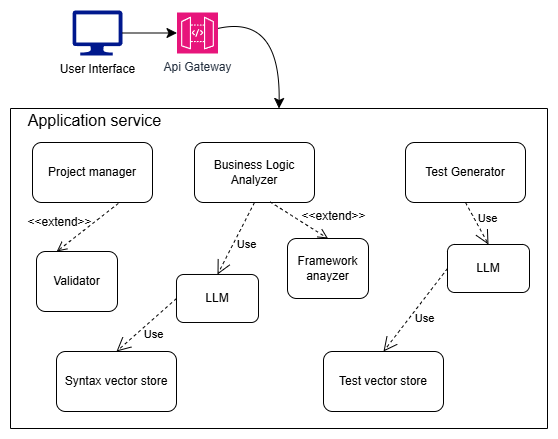
This is Document/images/System design.drawio.png from meowie2k3/TestGenie, a draw.io export, as it was before one commit. Source tidied: cells renumbered, new cells last; positions are measured from the earlier drawing's top-left corner, leaving out a move shared by most shapes. Source of this version:
```xml
<mxGraphModel>
  <root>
    <mxCell id="0" />
    <mxCell id="1" parent="0" />
    <mxCell id="2" value="User Interface" style="sketch=0;shadow=0;dashed=0;html=1;strokeColor=none;labelPosition=center;verticalLabelPosition=bottom;verticalAlign=top;align=center;fillColor=#00188D;shape=mxgraph.azure.computer;" parent="1" vertex="1">
      <mxGeometry x="62" width="50" height="45" as="geometry" />
    </mxCell>
    <mxCell id="3" style="endArrow=classic;html=1;rounded=0;fontSize=12;startSize=8;endSize=8;curved=1;exitX=1;exitY=0.5;exitDx=0;exitDy=0;exitPerimeter=0;" parent="1" edge="1" source="2" target="5">
      <mxGeometry relative="1" as="geometry" />
    </mxCell>
    <mxCell id="4" style="edgeStyle=none;curved=1;rounded=0;jettySize=auto;html=1;fontSize=12;startSize=8;endSize=8;entryX=0.5;entryY=0;entryDx=0;entryDy=0;" parent="1" edge="1" source="5" target="6">
      <mxGeometry relative="1" as="geometry">
        <Array as="points">
          <mxPoint x="270" y="4" />
        </Array>
      </mxGeometry>
    </mxCell>
    <mxCell id="5" value="Api Gateway" style="sketch=0;points=[[0,0,0],[0.25,0,0],[0.5,0,0],[0.75,0,0],[1,0,0],[0,1,0],[0.25,1,0],[0.5,1,0],[0.75,1,0],[1,1,0],[0,0.25,0],[0,0.5,0],[0,0.75,0],[1,0.25,0],[1,0.5,0],[1,0.75,0]];outlineConnect=0;fontColor=#232F3E;fillColor=#E7157B;strokeColor=#ffffff;dashed=0;verticalLabelPosition=bottom;verticalAlign=top;align=center;html=1;fontSize=12;fontStyle=0;shape=mxgraph.aws4.resourceIcon;resIcon=mxgraph.aws4.api_gateway;direction=east;" parent="1" vertex="1">
      <mxGeometry x="166.5" y="2" width="41" height="41" as="geometry" />
    </mxCell>
    <mxCell id="6" style="swimlane;startSize=0;" parent="1" vertex="1">
      <mxGeometry y="98" width="537" height="320" as="geometry" />
    </mxCell>
    <mxCell id="7" value="Application service" style="text;html=1;align=center;verticalAlign=middle;strokeColor=none;fillColor=none;fontSize=16;" parent="6" vertex="1">
      <mxGeometry x="8" y="-3.5" width="151" height="31" as="geometry" />
    </mxCell>
    <mxCell id="8" value="Project manager" style="rounded=1;whiteSpace=wrap;html=1;" parent="6" vertex="1">
      <mxGeometry x="22" y="34" width="120" height="60" as="geometry" />
    </mxCell>
    <mxCell id="9" value="Business Logic Analyzer" style="rounded=1;whiteSpace=wrap;html=1;" parent="6" vertex="1">
      <mxGeometry x="184" y="34" width="120" height="60" as="geometry" />
    </mxCell>
    <mxCell id="10" value="&amp;lt;&amp;lt;extend&amp;gt;&amp;gt;" style="html=1;verticalAlign=bottom;labelBackgroundColor=none;endArrow=open;endFill=0;dashed=1;rounded=0;fontSize=12;startSize=8;endSize=8;curved=1;exitX=0.715;exitY=1.016;exitDx=0;exitDy=0;exitPerimeter=0;entryX=0.25;entryY=0;entryDx=0;entryDy=0;" parent="6" edge="1" source="8" target="11">
      <mxGeometry x="0.63" y="-14" relative="1" as="geometry" />
    </mxCell>
    <mxCell id="11" value="Validator" style="rounded=1;whiteSpace=wrap;html=1;" parent="6" vertex="1">
      <mxGeometry x="26" y="143" width="81" height="60" as="geometry" />
    </mxCell>
    <mxCell id="12" value="Test Generator" style="rounded=1;whiteSpace=wrap;html=1;" parent="6" vertex="1">
      <mxGeometry x="395" y="34" width="120" height="60" as="geometry" />
    </mxCell>
    <mxCell id="13" value="LLM" style="rounded=1;whiteSpace=wrap;html=1;" parent="6" vertex="1">
      <mxGeometry x="437" y="136" width="82" height="48" as="geometry" />
    </mxCell>
    <mxCell id="14" value="Use" style="endArrow=open;endSize=12;dashed=1;html=1;rounded=0;exitX=0.5;exitY=1;exitDx=0;exitDy=0;entryX=0.5;entryY=0;entryDx=0;entryDy=0;" parent="6" edge="1" source="12" target="13">
      <mxGeometry x="0.03" y="12" relative="1" as="geometry" />
    </mxCell>
    <mxCell id="15" value="Test vector store" style="rounded=1;whiteSpace=wrap;html=1;" parent="6" vertex="1">
      <mxGeometry x="313" y="243" width="120" height="60" as="geometry" />
    </mxCell>
    <mxCell id="16" value="Use" style="endArrow=open;endSize=12;dashed=1;html=1;rounded=0;exitX=0;exitY=0.5;exitDx=0;exitDy=0;entryX=0.5;entryY=0;entryDx=0;entryDy=0;" parent="6" edge="1" source="13" target="15">
      <mxGeometry x="0.03" y="12" relative="1" as="geometry" />
    </mxCell>
    <mxCell id="17" value="LLM" style="rounded=1;whiteSpace=wrap;html=1;" parent="6" vertex="1">
      <mxGeometry x="166" y="166" width="82" height="48" as="geometry" />
    </mxCell>
    <mxCell id="18" value="Syntax vector store" style="rounded=1;whiteSpace=wrap;html=1;" parent="6" vertex="1">
      <mxGeometry x="46" y="243" width="120" height="60" as="geometry" />
    </mxCell>
    <mxCell id="19" value="Use" style="endArrow=open;endSize=12;dashed=1;html=1;rounded=0;exitX=0;exitY=0.5;exitDx=0;exitDy=0;entryX=0.5;entryY=0;entryDx=0;entryDy=0;" parent="6" edge="1" source="17" target="18">
      <mxGeometry x="0.03" y="12" relative="1" as="geometry" />
    </mxCell>
    <mxCell id="20" value="Use" style="endArrow=open;endSize=12;dashed=1;html=1;rounded=0;exitX=0.5;exitY=1;exitDx=0;exitDy=0;entryX=0.5;entryY=0;entryDx=0;entryDy=0;" parent="6" edge="1" source="9" target="17">
      <mxGeometry x="0.03" y="12" relative="1" as="geometry" />
    </mxCell>
    <mxCell id="21" value="Framework anayzer" style="rounded=1;whiteSpace=wrap;html=1;" parent="6" vertex="1">
      <mxGeometry x="277" y="130" width="81" height="60" as="geometry" />
    </mxCell>
    <mxCell id="22" value="&amp;lt;&amp;lt;extend&amp;gt;&amp;gt;" style="html=1;verticalAlign=bottom;labelBackgroundColor=none;endArrow=open;endFill=0;dashed=1;rounded=0;fontSize=12;startSize=8;endSize=8;curved=1;exitX=0.63;exitY=0.99;exitDx=0;exitDy=0;exitPerimeter=0;entryX=0.5;entryY=0;entryDx=0;entryDy=0;" parent="6" edge="1" source="9" target="21">
      <mxGeometry x="0.93" y="14" relative="1" as="geometry" />
    </mxCell>
  </root>
</mxGraphModel>
```
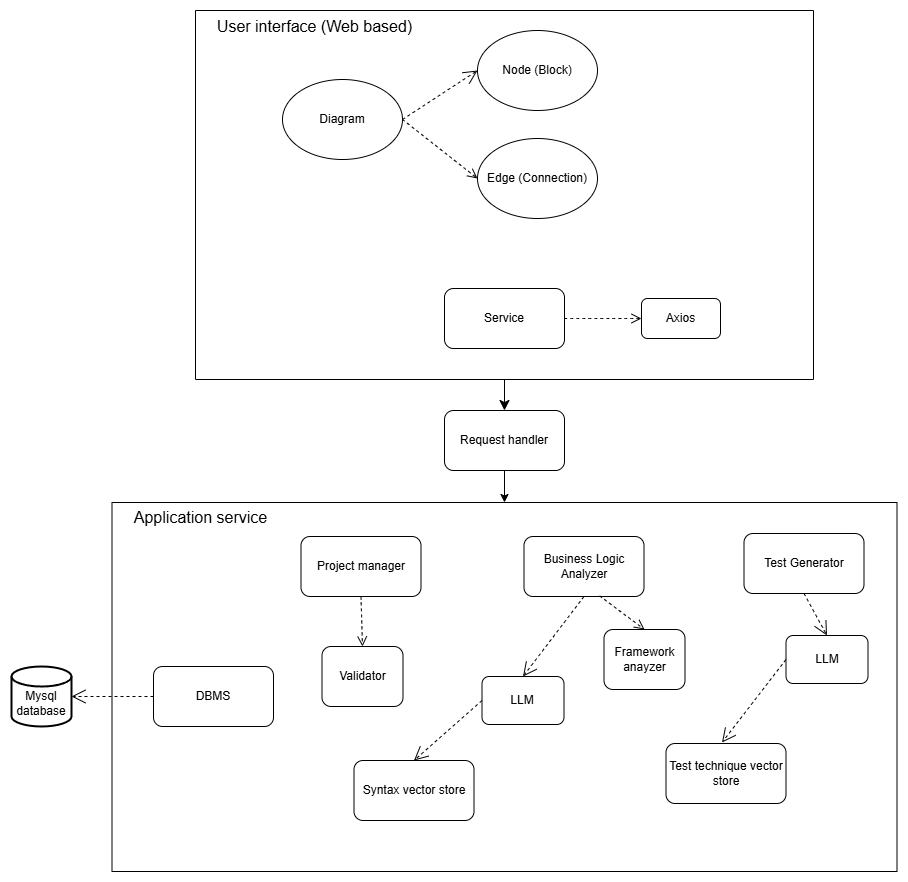
After the change.

What changed in the source:
```diff
@@ -2,72 +2,106 @@
   <root>
     <mxCell id="0" />
     <mxCell id="1" parent="0" />
-    <mxCell id="2" value="User Interface" style="sketch=0;shadow=0;dashed=0;html=1;strokeColor=none;labelPosition=center;verticalLabelPosition=bottom;verticalAlign=top;align=center;fillColor=#00188D;shape=mxgraph.azure.computer;" parent="1" vertex="1">
-      <mxGeometry x="62" width="50" height="45" as="geometry" />
-    </mxCell>
-    <mxCell id="3" style="endArrow=classic;html=1;rounded=0;fontSize=12;startSize=8;endSize=8;curved=1;exitX=1;exitY=0.5;exitDx=0;exitDy=0;exitPerimeter=0;" parent="1" edge="1" source="2" target="5">
+    <mxCell id="3" style="endArrow=classic;html=1;rounded=0;fontSize=12;startSize=8;endSize=8;curved=1;entryX=0.5;entryY=0;entryDx=0;entryDy=0;exitX=0.5;exitY=1;exitDx=0;exitDy=0;" parent="1" edge="1" source="26" target="24">
       <mxGeometry relative="1" as="geometry" />
     </mxCell>
-    <mxCell id="4" style="edgeStyle=none;curved=1;rounded=0;jettySize=auto;html=1;fontSize=12;startSize=8;endSize=8;entryX=0.5;entryY=0;entryDx=0;entryDy=0;" parent="1" edge="1" source="5" target="6">
-      <mxGeometry relative="1" as="geometry">
-        <Array as="points">
-          <mxPoint x="270" y="4" />
-        </Array>
-      </mxGeometry>
-    </mxCell>
-    <mxCell id="5" value="Api Gateway" style="sketch=0;points=[[0,0,0],[0.25,0,0],[0.5,0,0],[0.75,0,0],[1,0,0],[0,1,0],[0.25,1,0],[0.5,1,0],[0.75,1,0],[1,1,0],[0,0.25,0],[0,0.5,0],[0,0.75,0],[1,0.25,0],[1,0.5,0],[1,0.75,0]];outlineConnect=0;fontColor=#232F3E;fillColor=#E7157B;strokeColor=#ffffff;dashed=0;verticalLabelPosition=bottom;verticalAlign=top;align=center;html=1;fontSize=12;fontStyle=0;shape=mxgraph.aws4.resourceIcon;resIcon=mxgraph.aws4.api_gateway;direction=east;" parent="1" vertex="1">
-      <mxGeometry x="166.5" y="2" width="41" height="41" as="geometry" />
-    </mxCell>
     <mxCell id="6" style="swimlane;startSize=0;" parent="1" vertex="1">
-      <mxGeometry y="98" width="537" height="320" as="geometry" />
+      <mxGeometry y="98" width="785" height="369" as="geometry" />
     </mxCell>
     <mxCell id="7" value="Application service" style="text;html=1;align=center;verticalAlign=middle;strokeColor=none;fillColor=none;fontSize=16;" parent="6" vertex="1">
-      <mxGeometry x="8" y="-3.5" width="151" height="31" as="geometry" />
+      <mxGeometry x="13" width="151" height="31" as="geometry" />
     </mxCell>
     <mxCell id="8" value="Project manager" style="rounded=1;whiteSpace=wrap;html=1;" parent="6" vertex="1">
-      <mxGeometry x="22" y="34" width="120" height="60" as="geometry" />
+      <mxGeometry x="189" y="34" width="120" height="60" as="geometry" />
     </mxCell>
     <mxCell id="9" value="Business Logic Analyzer" style="rounded=1;whiteSpace=wrap;html=1;" parent="6" vertex="1">
-      <mxGeometry x="184" y="34" width="120" height="60" as="geometry" />
+      <mxGeometry x="412" y="34" width="120" height="60" as="geometry" />
     </mxCell>
-    <mxCell id="10" value="&amp;lt;&amp;lt;extend&amp;gt;&amp;gt;" style="html=1;verticalAlign=bottom;labelBackgroundColor=none;endArrow=open;endFill=0;dashed=1;rounded=0;fontSize=12;startSize=8;endSize=8;curved=1;exitX=0.715;exitY=1.016;exitDx=0;exitDy=0;exitPerimeter=0;entryX=0.25;entryY=0;entryDx=0;entryDy=0;" parent="6" edge="1" source="8" target="11">
+    <mxCell id="10" style="html=1;verticalAlign=bottom;labelBackgroundColor=none;endArrow=open;endFill=0;dashed=1;rounded=0;fontSize=12;startSize=8;endSize=8;curved=1;exitX=0.5;exitY=1;exitDx=0;exitDy=0;entryX=0.5;entryY=0;entryDx=0;entryDy=0;" parent="6" edge="1" source="8" target="11">
       <mxGeometry x="0.63" y="-14" relative="1" as="geometry" />
     </mxCell>
     <mxCell id="11" value="Validator" style="rounded=1;whiteSpace=wrap;html=1;" parent="6" vertex="1">
-      <mxGeometry x="26" y="143" width="81" height="60" as="geometry" />
+      <mxGeometry x="210" y="144" width="81" height="60" as="geometry" />
     </mxCell>
     <mxCell id="12" value="Test Generator" style="rounded=1;whiteSpace=wrap;html=1;" parent="6" vertex="1">
-      <mxGeometry x="395" y="34" width="120" height="60" as="geometry" />
+      <mxGeometry x="632" y="31" width="120" height="60" as="geometry" />
     </mxCell>
     <mxCell id="13" value="LLM" style="rounded=1;whiteSpace=wrap;html=1;" parent="6" vertex="1">
-      <mxGeometry x="437" y="136" width="82" height="48" as="geometry" />
+      <mxGeometry x="674" y="133" width="82" height="48" as="geometry" />
     </mxCell>
-    <mxCell id="14" value="Use" style="endArrow=open;endSize=12;dashed=1;html=1;rounded=0;exitX=0.5;exitY=1;exitDx=0;exitDy=0;entryX=0.5;entryY=0;entryDx=0;entryDy=0;" parent="6" edge="1" source="12" target="13">
+    <mxCell id="14" style="endArrow=open;endSize=12;dashed=1;html=1;rounded=0;exitX=0.5;exitY=1;exitDx=0;exitDy=0;entryX=0.5;entryY=0;entryDx=0;entryDy=0;" parent="6" edge="1" source="12" target="13">
       <mxGeometry x="0.03" y="12" relative="1" as="geometry" />
     </mxCell>
-    <mxCell id="15" value="Test vector store" style="rounded=1;whiteSpace=wrap;html=1;" parent="6" vertex="1">
-      <mxGeometry x="313" y="243" width="120" height="60" as="geometry" />
+    <mxCell id="15" value="Test technique vector store" style="rounded=1;whiteSpace=wrap;html=1;" parent="6" vertex="1">
+      <mxGeometry x="554" y="241" width="120" height="60" as="geometry" />
     </mxCell>
-    <mxCell id="16" value="Use" style="endArrow=open;endSize=12;dashed=1;html=1;rounded=0;exitX=0;exitY=0.5;exitDx=0;exitDy=0;entryX=0.5;entryY=0;entryDx=0;entryDy=0;" parent="6" edge="1" source="13" target="15">
-      <mxGeometry x="0.03" y="12" relative="1" as="geometry" />
+    <mxCell id="16" style="endArrow=open;endSize=12;dashed=1;html=1;rounded=0;exitX=0;exitY=0.5;exitDx=0;exitDy=0;entryX=0.5;entryY=0;entryDx=0;entryDy=0;" parent="6" edge="1" source="13">
+      <mxGeometry x="0.03" y="12" relative="1" as="geometry">
+        <mxPoint x="610" y="240" as="targetPoint" />
+      </mxGeometry>
     </mxCell>
     <mxCell id="17" value="LLM" style="rounded=1;whiteSpace=wrap;html=1;" parent="6" vertex="1">
-      <mxGeometry x="166" y="166" width="82" height="48" as="geometry" />
+      <mxGeometry x="370" y="174" width="82" height="48" as="geometry" />
     </mxCell>
     <mxCell id="18" value="Syntax vector store" style="rounded=1;whiteSpace=wrap;html=1;" parent="6" vertex="1">
-      <mxGeometry x="46" y="243" width="120" height="60" as="geometry" />
+      <mxGeometry x="242" y="258" width="120" height="60" as="geometry" />
     </mxCell>
-    <mxCell id="19" value="Use" style="endArrow=open;endSize=12;dashed=1;html=1;rounded=0;exitX=0;exitY=0.5;exitDx=0;exitDy=0;entryX=0.5;entryY=0;entryDx=0;entryDy=0;" parent="6" edge="1" source="17" target="18">
+    <mxCell id="19" style="endArrow=open;endSize=12;dashed=1;html=1;rounded=0;exitX=0;exitY=0.5;exitDx=0;exitDy=0;entryX=0.5;entryY=0;entryDx=0;entryDy=0;" parent="6" edge="1" source="17" target="18">
       <mxGeometry x="0.03" y="12" relative="1" as="geometry" />
     </mxCell>
-    <mxCell id="20" value="Use" style="endArrow=open;endSize=12;dashed=1;html=1;rounded=0;exitX=0.5;exitY=1;exitDx=0;exitDy=0;entryX=0.5;entryY=0;entryDx=0;entryDy=0;" parent="6" edge="1" source="9" target="17">
+    <mxCell id="20" style="endArrow=open;endSize=12;dashed=1;html=1;rounded=0;exitX=0.5;exitY=1;exitDx=0;exitDy=0;entryX=0.5;entryY=0;entryDx=0;entryDy=0;" parent="6" edge="1" source="9" target="17">
       <mxGeometry x="0.03" y="12" relative="1" as="geometry" />
     </mxCell>
     <mxCell id="21" value="Framework anayzer" style="rounded=1;whiteSpace=wrap;html=1;" parent="6" vertex="1">
-      <mxGeometry x="277" y="130" width="81" height="60" as="geometry" />
+      <mxGeometry x="492" y="127" width="81" height="60" as="geometry" />
     </mxCell>
-    <mxCell id="22" value="&amp;lt;&amp;lt;extend&amp;gt;&amp;gt;" style="html=1;verticalAlign=bottom;labelBackgroundColor=none;endArrow=open;endFill=0;dashed=1;rounded=0;fontSize=12;startSize=8;endSize=8;curved=1;exitX=0.63;exitY=0.99;exitDx=0;exitDy=0;exitPerimeter=0;entryX=0.5;entryY=0;entryDx=0;entryDy=0;" parent="6" edge="1" source="9" target="21">
+    <mxCell id="22" style="html=1;verticalAlign=bottom;labelBackgroundColor=none;endArrow=open;endFill=0;dashed=1;rounded=0;fontSize=12;startSize=8;endSize=8;curved=1;exitX=0.63;exitY=0.99;exitDx=0;exitDy=0;exitPerimeter=0;entryX=0.5;entryY=0;entryDx=0;entryDy=0;" parent="6" edge="1" source="9" target="21">
       <mxGeometry x="0.93" y="14" relative="1" as="geometry" />
     </mxCell>
+    <mxCell id="23" value="DBMS" style="rounded=1;whiteSpace=wrap;html=1;" parent="6" vertex="1">
+      <mxGeometry x="41.5" y="164" width="120" height="60" as="geometry" />
+    </mxCell>
+    <mxCell id="24" value="Request handler" style="rounded=1;whiteSpace=wrap;html=1;" parent="1" vertex="1">
+      <mxGeometry x="332.5" y="6" width="120" height="60" as="geometry" />
+    </mxCell>
+    <mxCell id="25" style="edgeStyle=orthogonalEdgeStyle;rounded=0;jettySize=auto;html=1;entryX=0.5;entryY=0;entryDx=0;entryDy=0;" parent="1" edge="1" source="24" target="6">
+      <mxGeometry relative="1" as="geometry" />
+    </mxCell>
+    <mxCell id="26" style="swimlane;startSize=0;" parent="1" vertex="1">
+      <mxGeometry x="83.5" y="-394" width="618" height="369" as="geometry" />
+    </mxCell>
+    <mxCell id="27" value="User interface (Web based)" style="text;html=1;align=center;verticalAlign=middle;strokeColor=none;fillColor=none;fontSize=16;" parent="26" vertex="1">
+      <mxGeometry x="12" width="213" height="31" as="geometry" />
+    </mxCell>
+    <mxCell id="28" value="Service" style="rounded=1;whiteSpace=wrap;html=1;" parent="26" vertex="1">
+      <mxGeometry x="249" y="278" width="120" height="60" as="geometry" />
+    </mxCell>
+    <mxCell id="29" value="Axios" style="rounded=1;whiteSpace=wrap;html=1;" parent="26" vertex="1">
+      <mxGeometry x="446" y="288" width="79" height="40" as="geometry" />
+    </mxCell>
+    <mxCell id="30" style="html=1;verticalAlign=bottom;labelBackgroundColor=none;endArrow=open;endFill=0;dashed=1;rounded=0;fontSize=12;startSize=8;endSize=8;curved=1;exitX=1;exitY=0.5;exitDx=0;exitDy=0;entryX=0;entryY=0.5;entryDx=0;entryDy=0;" parent="26" edge="1" source="28" target="29">
+      <mxGeometry x="0.63" y="-14" relative="1" as="geometry" />
+    </mxCell>
+    <mxCell id="31" value="Diagram" style="ellipse;whiteSpace=wrap;html=1;" parent="26" vertex="1">
+      <mxGeometry x="87" y="69" width="120" height="80" as="geometry" />
+    </mxCell>
+    <mxCell id="32" value="Node (Block)" style="ellipse;whiteSpace=wrap;html=1;" parent="26" vertex="1">
+      <mxGeometry x="282" y="20" width="120" height="80" as="geometry" />
+    </mxCell>
+    <mxCell id="33" value="Edge (Connection)" style="ellipse;whiteSpace=wrap;html=1;" parent="26" vertex="1">
+      <mxGeometry x="282" y="128" width="120" height="80" as="geometry" />
+    </mxCell>
+    <mxCell id="34" style="endArrow=open;endSize=12;dashed=1;html=1;rounded=0;exitX=1;exitY=0.5;exitDx=0;exitDy=0;entryX=0;entryY=0.5;entryDx=0;entryDy=0;" parent="26" edge="1" source="31" target="32">
+      <mxGeometry x="0.03" y="12" relative="1" as="geometry" />
+    </mxCell>
+    <mxCell id="35" style="html=1;verticalAlign=bottom;labelBackgroundColor=none;endArrow=open;endFill=0;dashed=1;rounded=0;fontSize=12;startSize=8;endSize=8;curved=1;exitX=1;exitY=0.5;exitDx=0;exitDy=0;entryX=0;entryY=0.5;entryDx=0;entryDy=0;" parent="26" edge="1" source="31" target="33">
+      <mxGeometry x="0.63" y="-14" relative="1" as="geometry" />
+    </mxCell>
+    <mxCell id="36" value="&lt;div&gt;&lt;br&gt;&lt;/div&gt;Mysql database" style="strokeWidth=2;html=1;shape=mxgraph.flowchart.database;whiteSpace=wrap;" parent="1" vertex="1">
+      <mxGeometry x="-100.5" y="262" width="60" height="60" as="geometry" />
+    </mxCell>
+    <mxCell id="37" style="endArrow=open;endSize=12;dashed=1;html=1;rounded=0;exitX=0;exitY=0.5;exitDx=0;exitDy=0;entryX=1;entryY=0.5;entryDx=0;entryDy=0;entryPerimeter=0;" parent="1" edge="1" source="23" target="36">
+      <mxGeometry x="0.03" y="12" relative="1" as="geometry" />
+    </mxCell>
   </root>
 </mxGraphModel>
```
